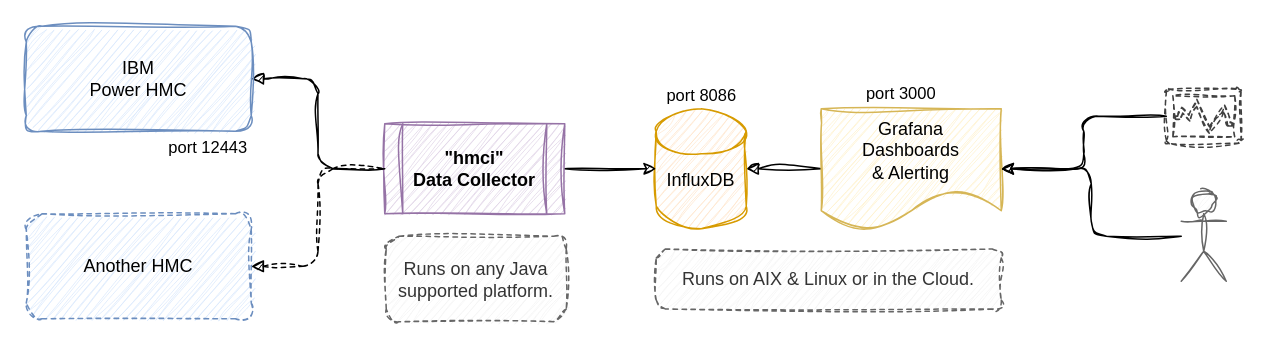
Earlier version of the draw.io diagram doc/HMCi.drawio (mnellemann/hmci). Source tidied: cells renumbered, new cells numbered last; positions are measured from the earlier drawing's top-left corner, leaving out a move shared by most shapes. Both pictures are drawn from the tidied source at 150%, with x=0, y=0 at pixel (26, 26).
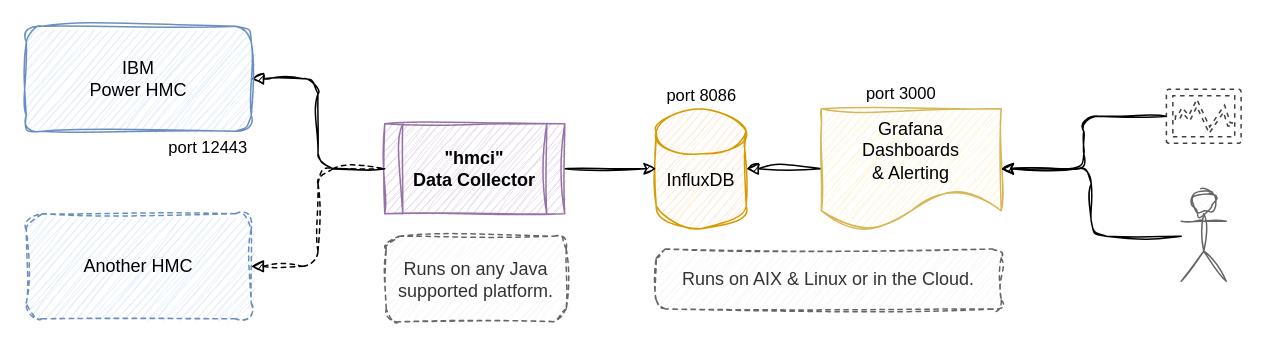
After the change.

Diff of the diagram source:
```diff
@@
-    <mxCell id="19" style="shadow=0;dashed=1;html=1;labelPosition=center;verticalLabelPosition=bottom;verticalAlign=top;align=center;shape=mxgraph.mscae.enterprise.performance_monitor;strokeWidth=1;opacity=75;sketch=1;curveFitting=1;jiggle=2;" parent="1" vertex="1">
+    <mxCell id="19" style="shadow=0;dashed=1;html=1;labelPosition=center;verticalLabelPosition=bottom;verticalAlign=top;align=center;shape=mxgraph.mscae.enterprise.performance_monitor;strokeWidth=1;opacity=75;" parent="1" vertex="1">
       <mxGeometry x="760" y="42" width="50" height="36" as="geometry" />
     </mxCell>
```
